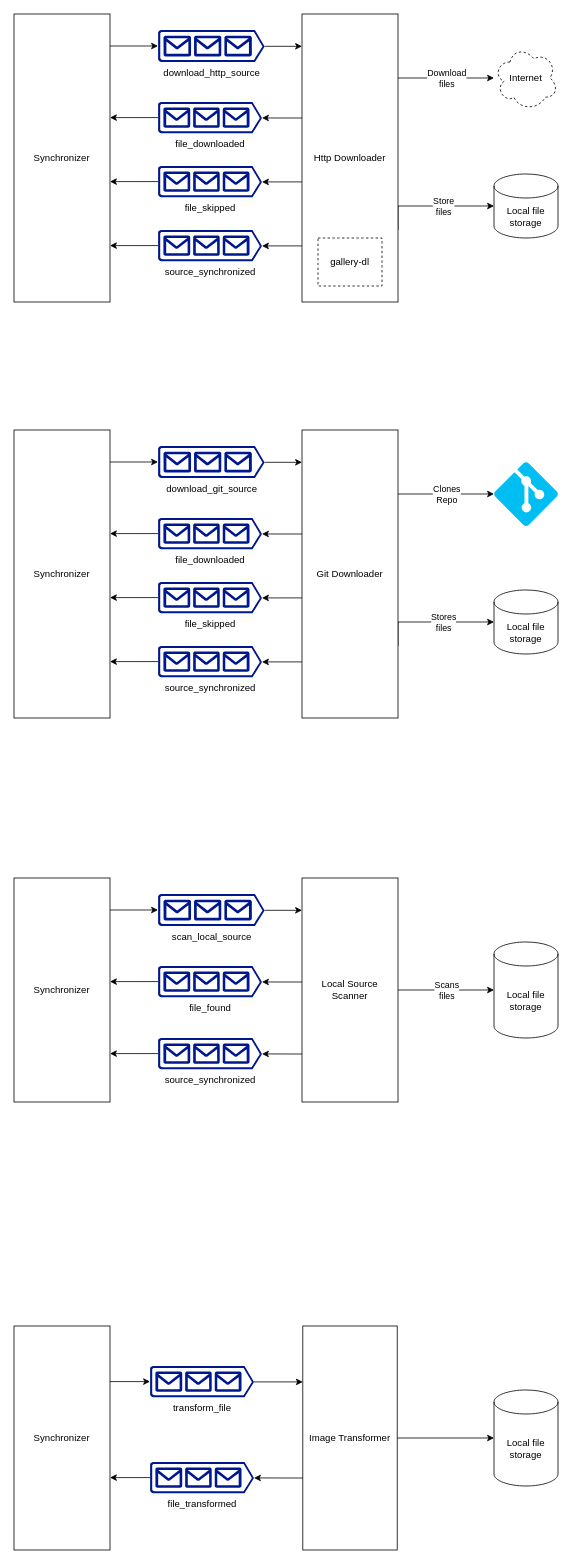
Before: docs/Galleries design.drawio in giobyte8/galleries, a draw.io diagram. Source tidied: cells renumbered, new cells numbered last; positions are measured from the earlier drawing's top-left corner, leaving out a move shared by most shapes. Both pictures are drawn from the tidied source at 80%, with x=0, y=0 at pixel (14, 14).
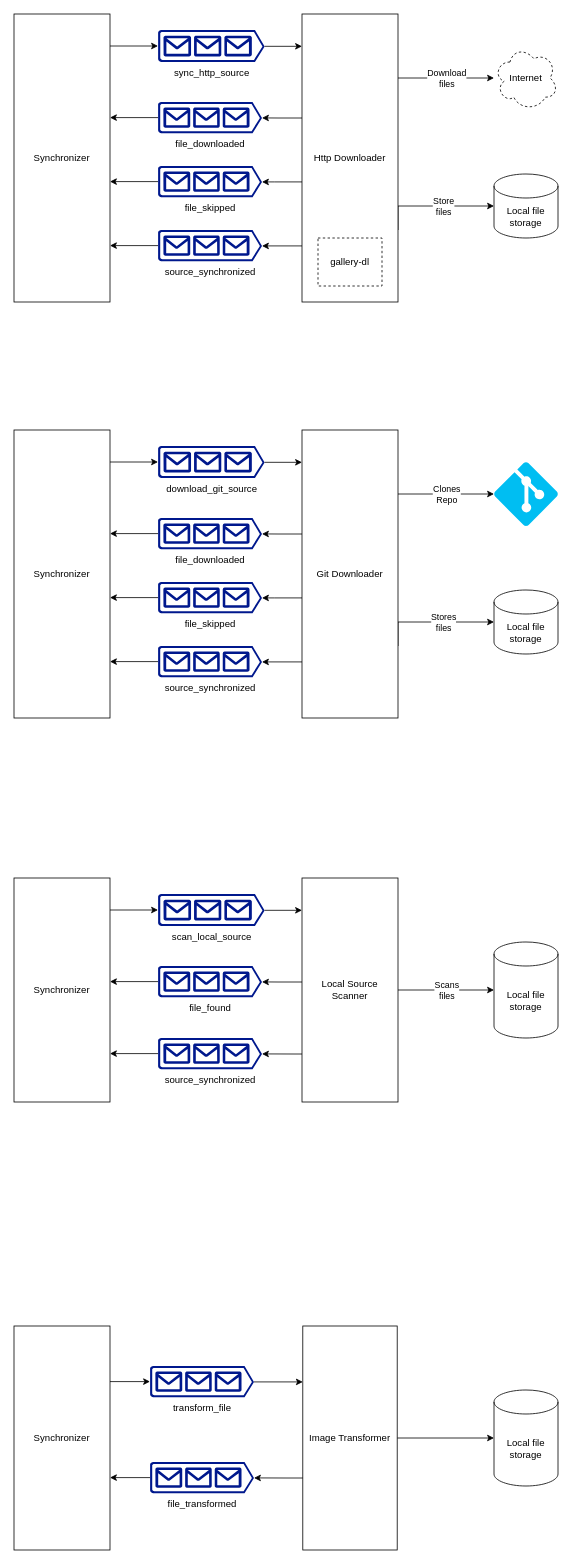
The same page after the edit.

Diff of the diagram source:
```diff
@@
-    <mxCell id="26" value="download_http_source" style="sketch=0;shadow=0;dashed=0;html=1;strokeColor=none;labelPosition=center;verticalLabelPosition=bottom;verticalAlign=top;align=center;fillColor=#00188D;shape=mxgraph.azure.queue_generic;" parent="1" vertex="1">
+    <mxCell id="26" value="sync_http_source" style="sketch=0;shadow=0;dashed=0;html=1;strokeColor=none;labelPosition=center;verticalLabelPosition=bottom;verticalAlign=top;align=center;fillColor=#00188D;shape=mxgraph.azure.queue_generic;" parent="1" vertex="1">
       <mxGeometry x="180" y="20" width="133.3" height="40" as="geometry" />
     </mxCell>
```
